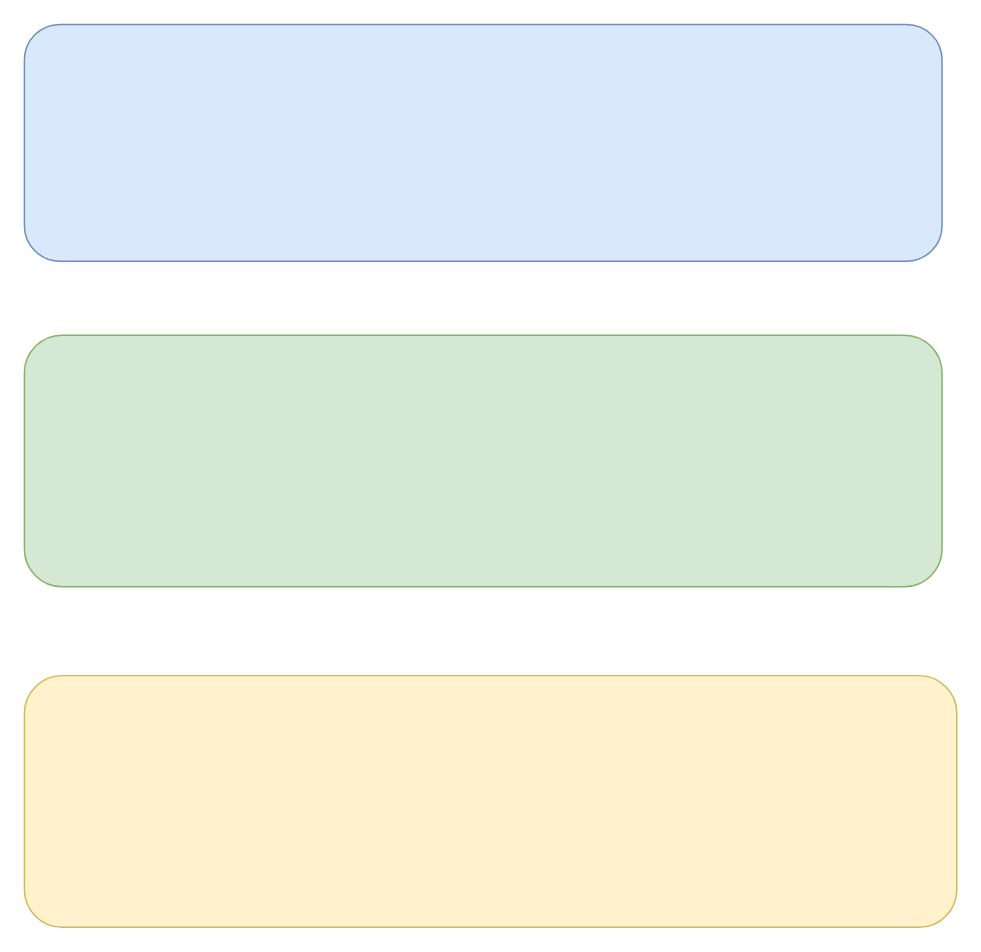
hustpawpaw/charts keeps this draw.io diagram as 全域流量中控平台_实时数仓.drawio. Above is the earlier version. Source tidied: cells renumbered, new cells numbered last; positions are measured from the earlier drawing's top-left corner, leaving out a move shared by most shapes. Both pictures are drawn from the tidied source at 148%, with x=0, y=0 at pixel (24, 24).
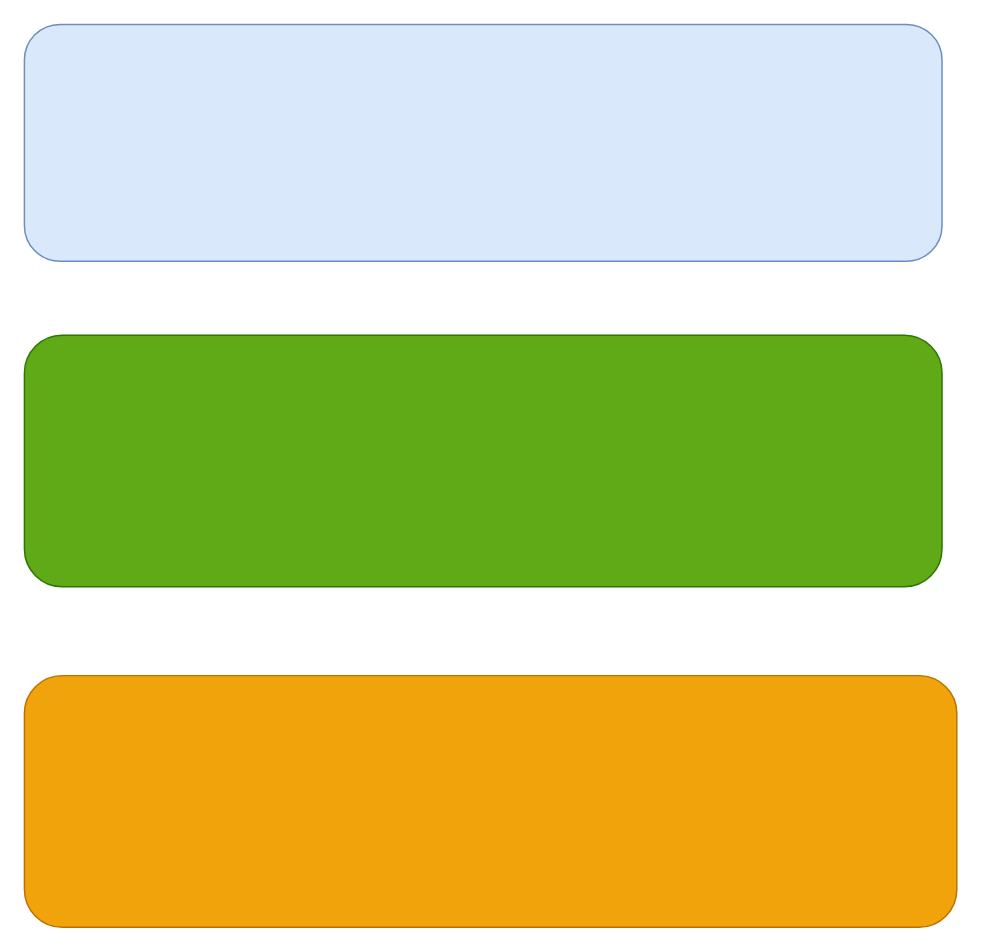
Above is the later version.

Commit message (it also covers changes not shown here):
Update 全域流量中控平台_实时数仓.drawio

What changed in the source:
```diff
@@
 <mxGraphModel>
   <root>
     <mxCell id="0" />
     <mxCell id="1" parent="0" />
-    <mxCell id="2" style="rounded=1;whiteSpace=wrap;html=1;fillColor=#fff2cc;strokeColor=#d6b656;" parent="1" vertex="1">
+    <mxCell id="2" style="rounded=1;whiteSpace=wrap;html=1;fillColor=#f0a30a;strokeColor=#BD7000;fontColor=#ffffff;" parent="1" vertex="1">
       <mxGeometry y="440" width="630" height="170" as="geometry" />
     </mxCell>
-    <mxCell id="3" style="rounded=1;whiteSpace=wrap;html=1;fillColor=#d5e8d4;strokeColor=#82b366;" parent="1" vertex="1">
+    <mxCell id="3" style="rounded=1;whiteSpace=wrap;html=1;fillColor=#60a917;strokeColor=#2D7600;fontColor=#ffffff;" parent="1" vertex="1">
       <mxGeometry y="210" width="620" height="170" as="geometry" />
     </mxCell>
     <mxCell id="4" style="rounded=1;whiteSpace=wrap;html=1;fillColor=#dae8fc;strokeColor=#6c8ebf;" parent="1" vertex="1">
       <mxGeometry width="620" height="160" as="geometry" />
     </mxCell>
   </root>
 </mxGraphModel>
```
